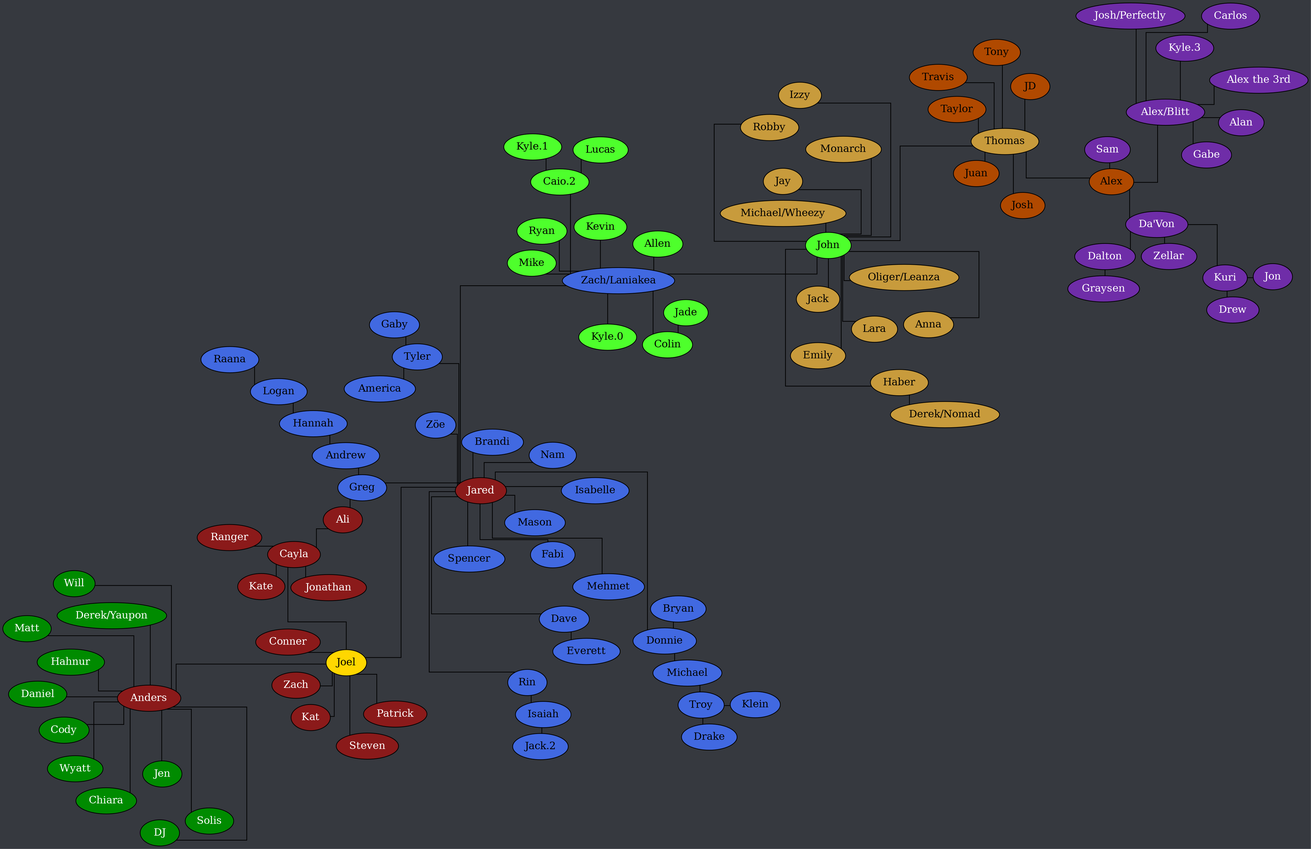
Earlier version of the Graphviz export tree.png (Documidas/CoronaCatzFamilyTree). Its source is kept beside it as tree.dot.
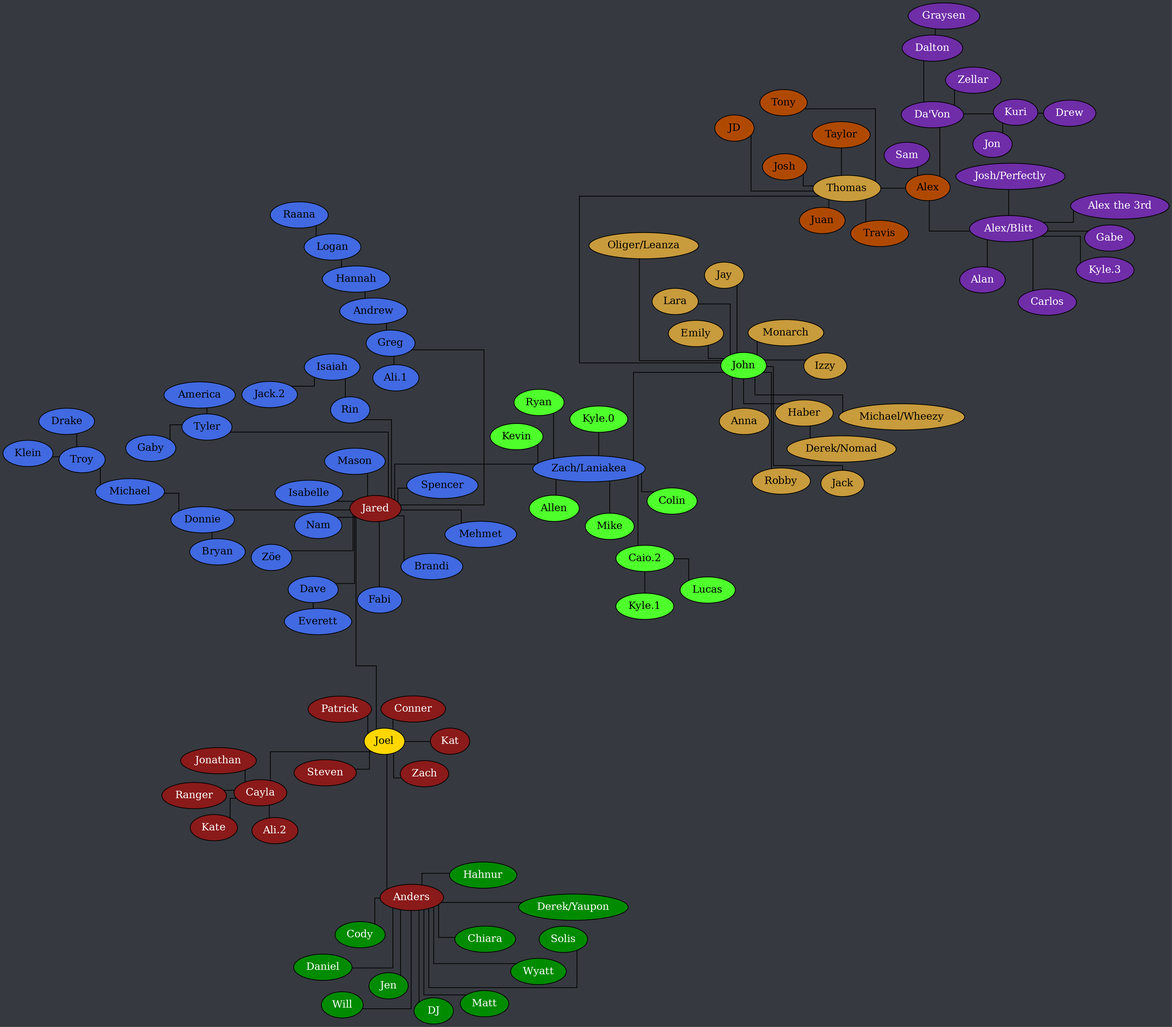
After the change.

What changed in the source:
```diff
@@ -84,7 +84,6 @@
 
 		"Caio.2" -- "Kyle.1";
 		"Caio.2" -- Lucas;
-		Colin -- Jade;
 		"Zach/Laniakea" -- Allen;
 		"Zach/Laniakea" -- "Caio.2";
 		"Zach/Laniakea" -- Colin;
```
